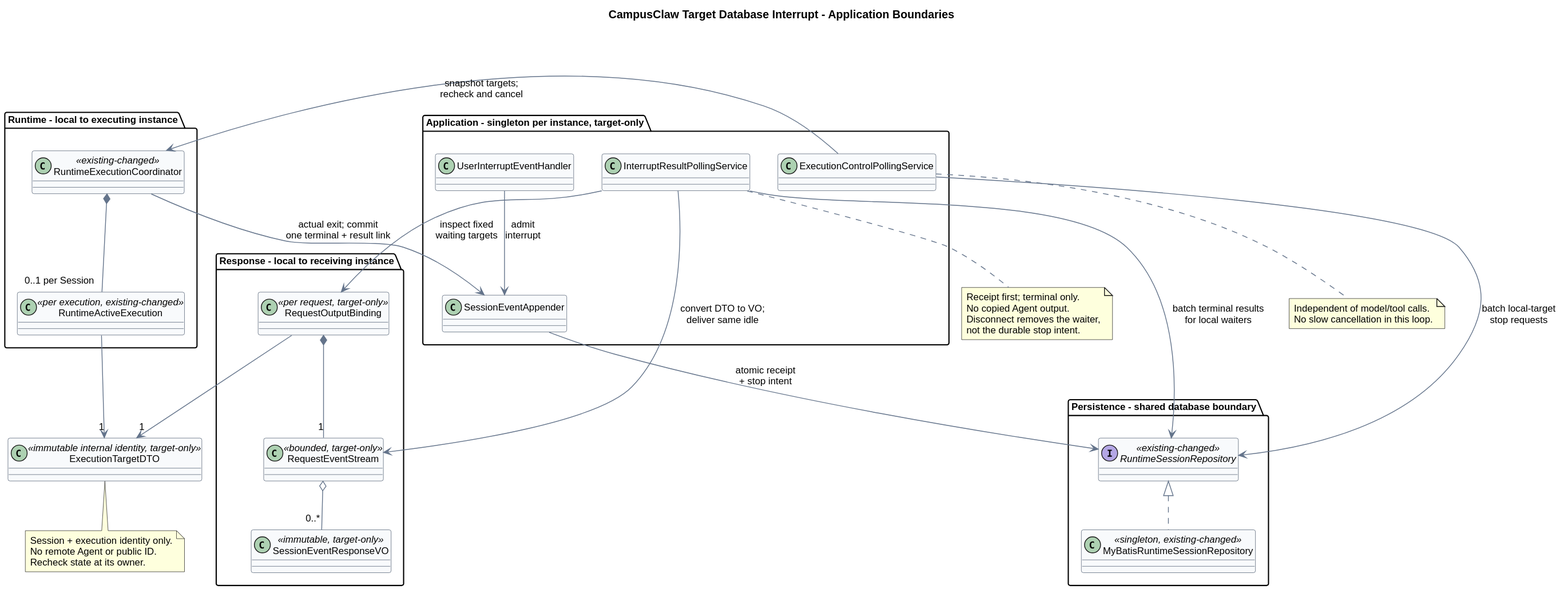
Above: 01-总体架构/01-CampusClaw多Agent运行时/设计图/事件接口重设计/target_database_interrupt_classes.svg in ssm0808/pi-mono-java-design (PlantUML), before the change.
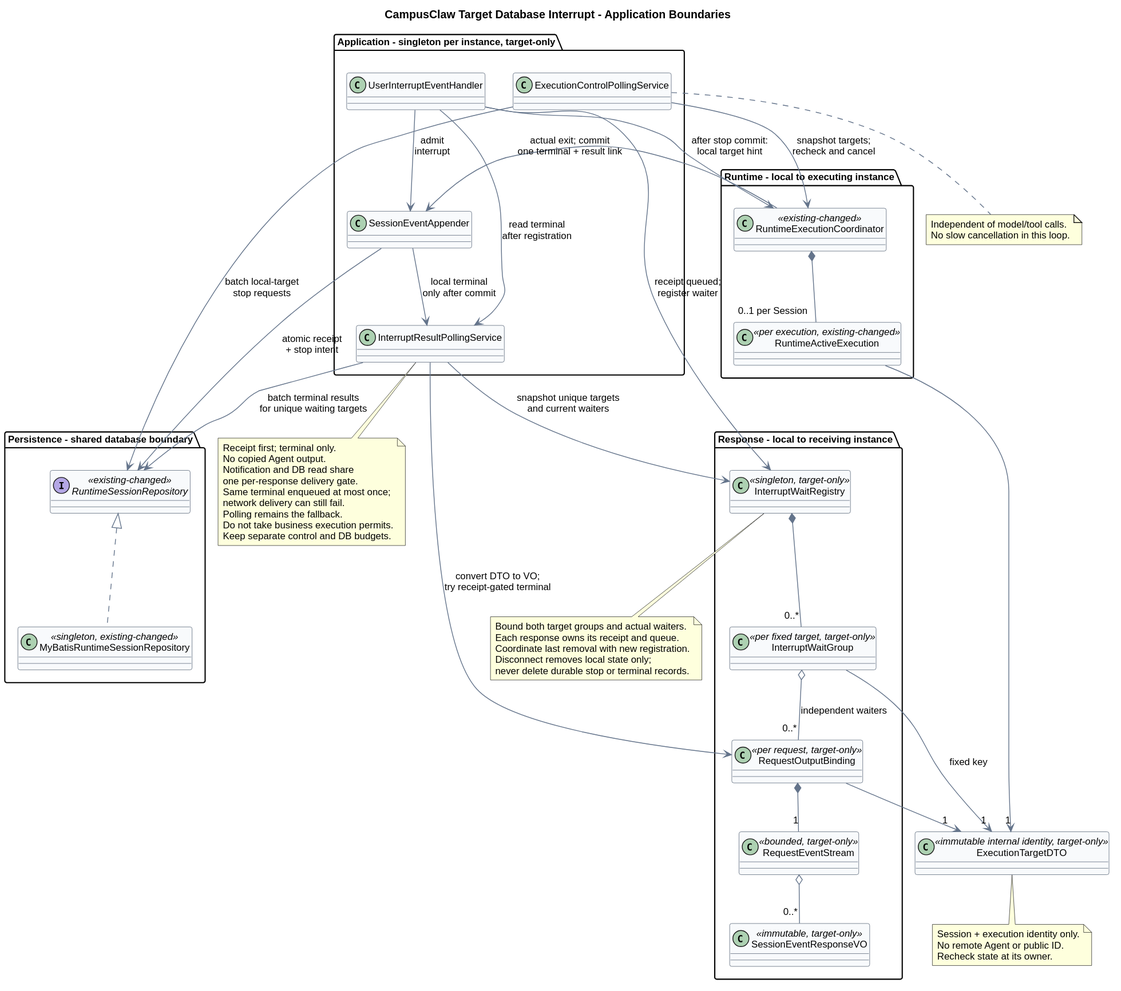
The same diagram one commit later.

What changed in the source:
```diff
@@ -21,6 +21,8 @@
   class "RuntimeActiveExecution" as Execution <<per execution, existing-changed>>
 }
 package "Response - local to receiving instance" {
+  class "InterruptWaitRegistry" as Waiters <<singleton, target-only>>
+  class "InterruptWaitGroup" as Group <<per fixed target, target-only>>
   class "RequestOutputBinding" as Binding <<per request, target-only>>
   class "RequestEventStream" as Stream <<bounded, target-only>>
   class "SessionEventResponseVO" as VO <<immutable, target-only>>
@@ -32,14 +34,21 @@
 class "ExecutionTargetDTO" as Target <<immutable internal identity, target-only>>
 
 Accept --> Append : admit\ninterrupt
+Accept --> Waiters : receipt queued;\nregister waiter
+Accept --> Result : read terminal\nafter registration
+Accept --> Runtime : after stop commit:\nlocal target hint
 Append --> Repo : atomic receipt\n+ stop intent
+Append --> Result : local terminal\nonly after commit
 Control --> Repo : batch local-target\nstop requests
 Control --> Runtime : snapshot targets;\nrecheck and cancel
 Runtime *-- "0..1 per Session" Execution
 Runtime --> Append : actual exit; commit\none terminal + result link
-Result --> Repo : batch terminal results\nfor local waiters
-Result --> Binding : inspect fixed\nwaiting targets
-Result --> Stream : convert DTO to VO;\ndeliver same idle
+Result --> Repo : batch terminal results\nfor unique waiting targets
+Result --> Waiters : snapshot unique targets\nand current waiters
+Result --> Binding : convert DTO to VO;\ntry receipt-gated terminal
+Waiters *-- "0..*" Group
+Group --> "1" Target : fixed key
+Group o-- "0..*" Binding : independent waiters
 Binding --> "1" Target
 Execution --> "1" Target
 Binding *-- "1" Stream
@@ -58,7 +67,19 @@
 note bottom of Result
 Receipt first; terminal only.
 No copied Agent output.
-Disconnect removes the waiter,
-not the durable stop intent.
+Notification and DB read share
+one per-response delivery gate.
+Same terminal enqueued at most once;
+network delivery can still fail.
+Polling remains the fallback.
+Do not take business execution permits.
+Keep separate control and DB budgets.
+end note
+note bottom of Waiters
+Bound both target groups and actual waiters.
+Each response owns its receipt and queue.
+Coordinate last removal with new registration.
+Disconnect removes local state only;
+never delete durable stop or terminal records.
 end note
 @enduml
```
